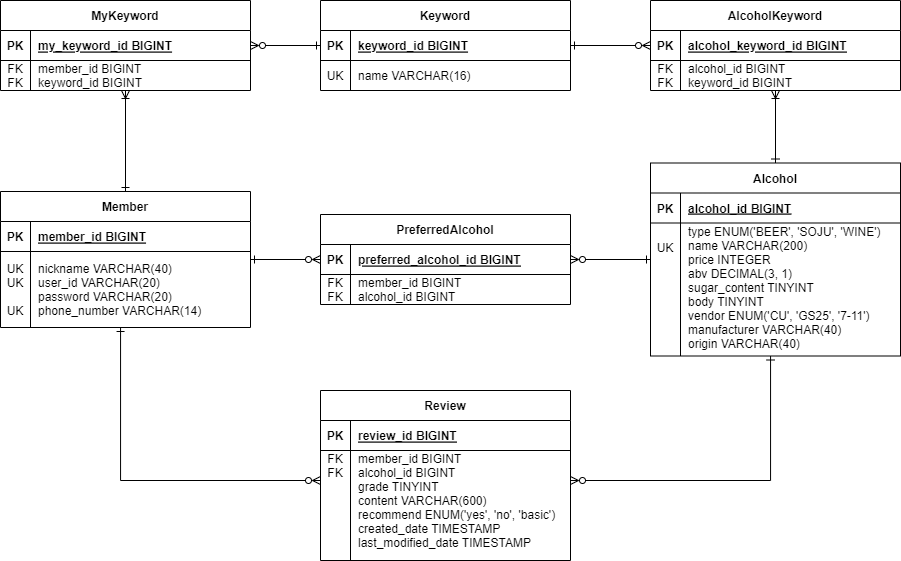
Above: pyeonsool-table.png in great-sprout/PyeonSool (draw.io), before the change. Source tidied: cells renumbered, new cells last; positions are measured from the earlier drawing's top-left corner, leaving out a move shared by most shapes.
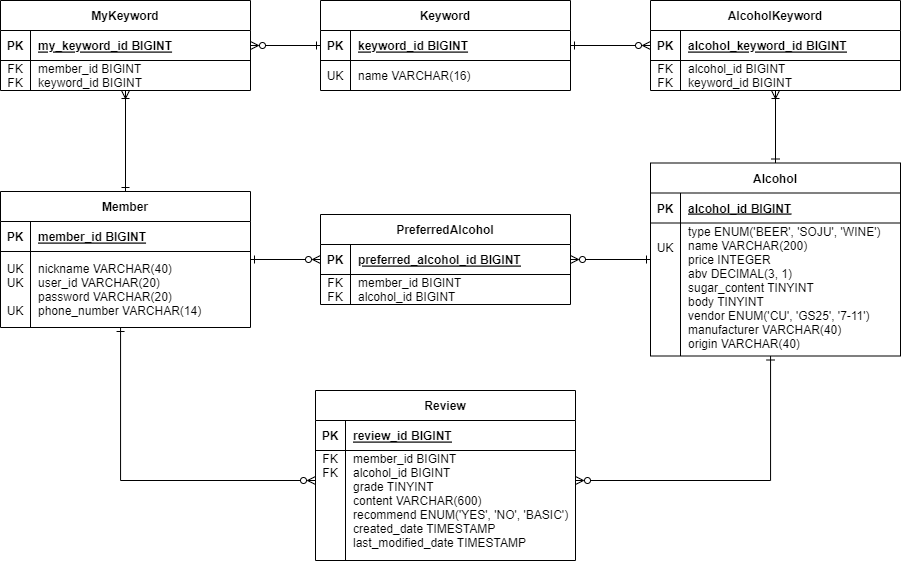
The same file after the commit.

Commit message:
docs: recommend 대문자로 변경

What changed in the source:
```diff
@@ -38,25 +38,25 @@
       </mxGeometry>
     </mxCell>
     <mxCell id="11" value="Review" style="shape=table;startSize=30;rowLines=0;fontStyle=1;align=center;" parent="1" vertex="1">
-      <mxGeometry x="320" y="390" width="250" height="170" as="geometry" />
+      <mxGeometry x="315" y="390" width="260" height="170" as="geometry" />
     </mxCell>
     <mxCell id="12" style="shape=partialRectangle;fillColor=none;top=0;left=0;right=0;bottom=1;" parent="11" vertex="1">
-      <mxGeometry y="30" width="250" height="30" as="geometry" />
+      <mxGeometry y="30" width="260" height="30" as="geometry" />
     </mxCell>
     <mxCell id="13" value="PK" style="shape=partialRectangle;overflow=hidden;fillColor=none;top=0;left=0;bottom=0;right=0;fontStyle=1;" parent="12" vertex="1">
       <mxGeometry width="30" height="30" as="geometry" />
     </mxCell>
     <mxCell id="14" value="review_id BIGINT" style="shape=partialRectangle;overflow=hidden;fillColor=none;top=0;left=0;bottom=0;right=0;align=left;spacingLeft=6;fontStyle=5;" parent="12" vertex="1">
-      <mxGeometry x="30" width="220" height="30" as="geometry" />
+      <mxGeometry x="30" width="230" height="30" as="geometry" />
     </mxCell>
     <mxCell id="15" style="shape=partialRectangle;fillColor=none;top=0;left=0;right=0;bottom=0;" parent="11" vertex="1">
-      <mxGeometry y="60" width="250" height="110" as="geometry" />
+      <mxGeometry y="60" width="260" height="110" as="geometry" />
     </mxCell>
     <mxCell id="16" value="FK&#10;FK&#10;&#10;&#10;&#10;&#10;&#10;" style="shape=partialRectangle;overflow=hidden;fillColor=none;top=0;left=0;bottom=0;right=0;" parent="15" vertex="1">
       <mxGeometry width="30" height="110" as="geometry" />
     </mxCell>
-    <mxCell id="17" value="member_id BIGINT&#10;alcohol_id BIGINT&#10;grade TINYINT&#10;content VARCHAR(600)&#10;recommend ENUM('yes', 'no', 'basic')&#10;created_date TIMESTAMP&#10;last_modified_date TIMESTAMP&#10;" style="shape=partialRectangle;overflow=hidden;fillColor=none;top=0;left=0;bottom=0;right=0;align=left;spacingLeft=6;" parent="15" vertex="1">
-      <mxGeometry x="30" width="220" height="110" as="geometry" />
+    <mxCell id="17" value="member_id BIGINT&#10;alcohol_id BIGINT&#10;grade TINYINT&#10;content VARCHAR(600)&#10;recommend ENUM('YES', 'NO', 'BASIC')&#10;created_date TIMESTAMP&#10;last_modified_date TIMESTAMP&#10;" style="shape=partialRectangle;overflow=hidden;fillColor=none;top=0;left=0;bottom=0;right=0;align=left;spacingLeft=6;" parent="15" vertex="1">
+      <mxGeometry x="30" width="230" height="110" as="geometry" />
     </mxCell>
     <mxCell id="18" value="Member" style="shape=table;startSize=30;rowLines=0;fontStyle=1;align=center;" parent="1" vertex="1">
       <mxGeometry y="191" width="250" height="136" as="geometry" />
```
